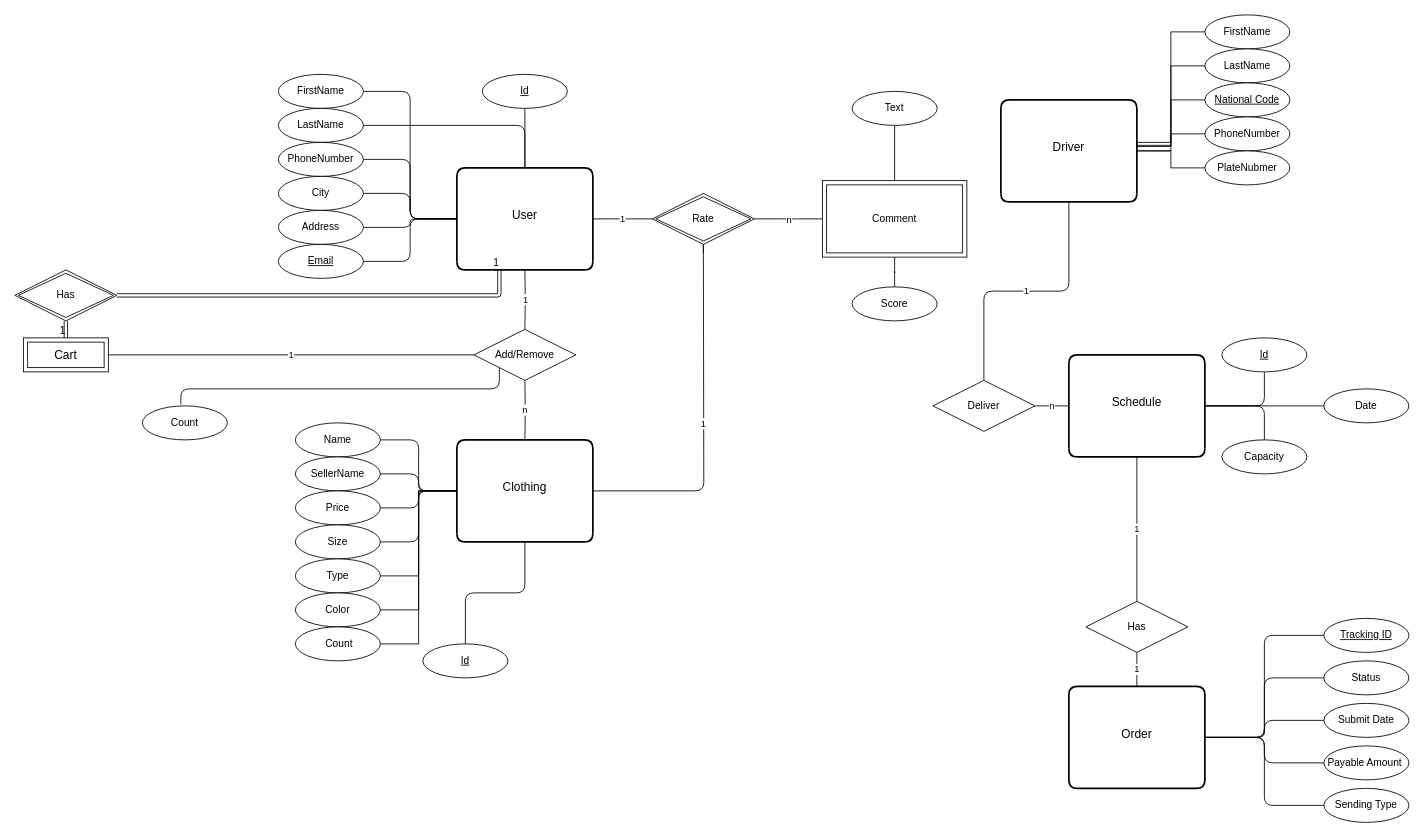
This is Market.drawio from yasharzb/Health-Management, a draw.io file, before an edit. Source tidied: cells renumbered, new cells numbered last; positions are measured from the earlier drawing's top-left corner, leaving out a move shared by most shapes. Both pictures are drawn from the tidied source at 85%, with x=0, y=0 at pixel (14, 14).
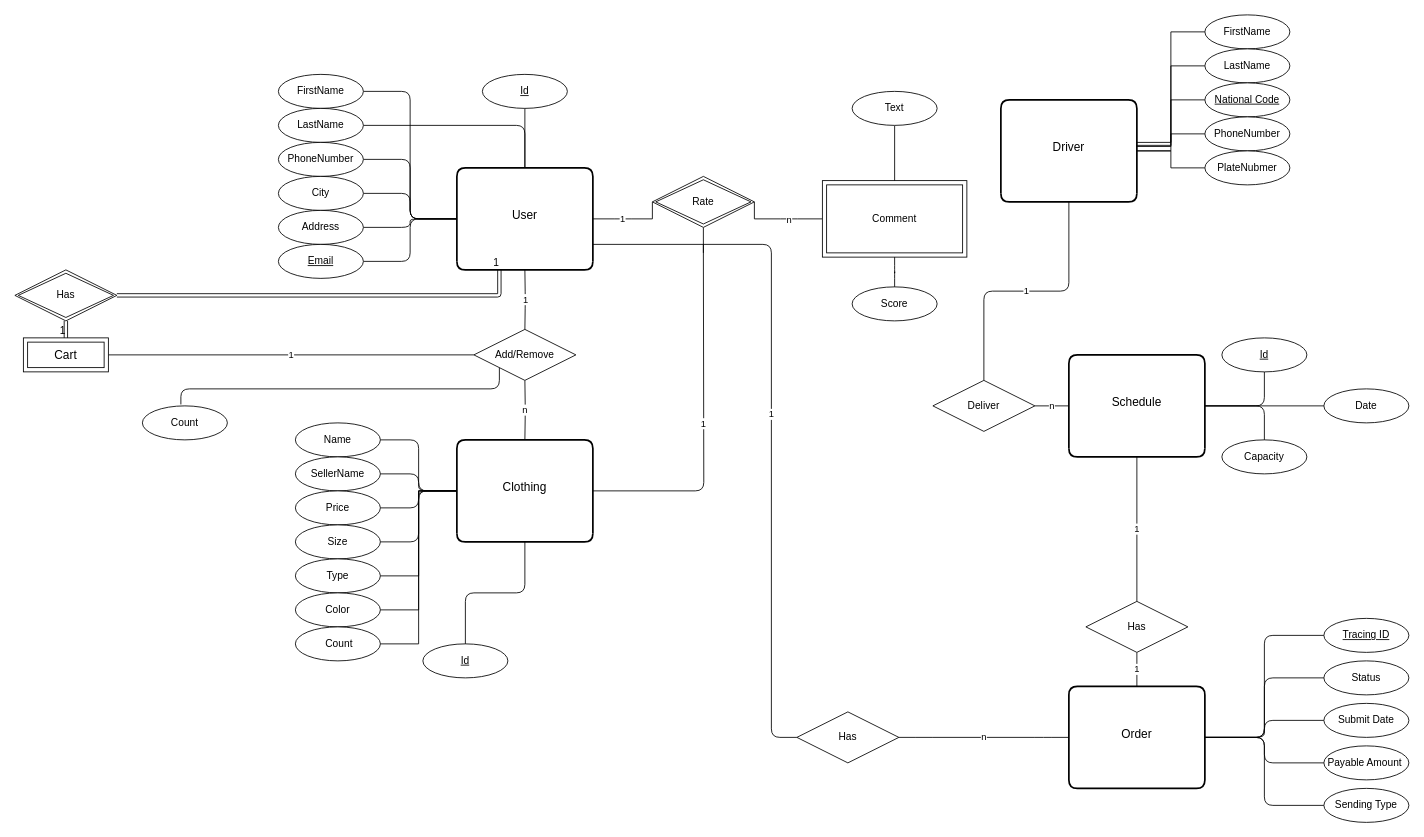
The same page after the edit.

Commit message:
Add has relationship between user & order

The change refers to these unchanged cells:
```xml
<mxCell id="3" value="User" style="swimlane;horizontal=1;startSize=110;rounded=1;fontSize=14;fontStyle=0;strokeWidth=2;shadow=0;dashed=0;align=center;swimlaneLine=0;" parent="1" vertex="1">
  <mxGeometry x="520" y="180" width="160" height="120" as="geometry" />
</mxCell>
<mxCell id="8" value="Order" style="swimlane;horizontal=1;startSize=110;rounded=1;fontSize=14;fontStyle=0;strokeWidth=2;shadow=0;dashed=0;align=center;swimlaneLine=0;" parent="1" vertex="1">
  <mxGeometry x="1240" y="790" width="160" height="120" as="geometry" />
</mxCell>
```

Change to the diagram source:
```diff
@@
-    <mxCell id="36" value="Tracking ID" style="ellipse;whiteSpace=wrap;html=1;align=center;fontStyle=4;" parent="1" vertex="1">
+    <mxCell id="36" value="Tracing ID" style="ellipse;whiteSpace=wrap;html=1;align=center;fontStyle=4;" parent="1" vertex="1">
       <mxGeometry x="1540" y="710" width="100" height="40" as="geometry" />
     </mxCell>
@@
     <mxCell id="87" value="Rate" style="shape=rhombus;double=1;perimeter=rhombusPerimeter;whiteSpace=wrap;html=1;align=center;" parent="1" vertex="1">
-      <mxGeometry x="750" y="210" width="120" height="60" as="geometry" />
+      <mxGeometry x="750" y="190" width="120" height="60" as="geometry" />
     </mxCell>
@@
+    <mxCell id="93" value="n" style="edgeStyle=entityRelationEdgeStyle;rounded=1;jettySize=auto;html=1;exitX=1;exitY=0.5;exitDx=0;exitDy=0;entryX=0;entryY=0.5;entryDx=0;entryDy=0;endArrow=none;endFill=0;strokeColor=#000000;" parent="1" edge="1" source="95" target="8">
+      <mxGeometry relative="1" as="geometry" />
+    </mxCell>
+    <mxCell id="94" value="1" style="rounded=1;jettySize=auto;html=1;exitX=0;exitY=0.5;exitDx=0;exitDy=0;endArrow=none;endFill=0;strokeColor=#000000;entryX=1;entryY=0.75;entryDx=0;entryDy=0;edgeStyle=orthogonalEdgeStyle;" parent="1" edge="1" source="95" target="3">
+      <mxGeometry relative="1" as="geometry">
+        <Array as="points">
+          <mxPoint x="890" y="850" />
+          <mxPoint x="890" y="270" />
+        </Array>
+      </mxGeometry>
+    </mxCell>
+    <mxCell id="95" value="Has" style="shape=rhombus;perimeter=rhombusPerimeter;whiteSpace=wrap;html=1;align=center;" parent="1" vertex="1">
+      <mxGeometry x="920" y="820" width="120" height="60" as="geometry" />
+    </mxCell>
```
